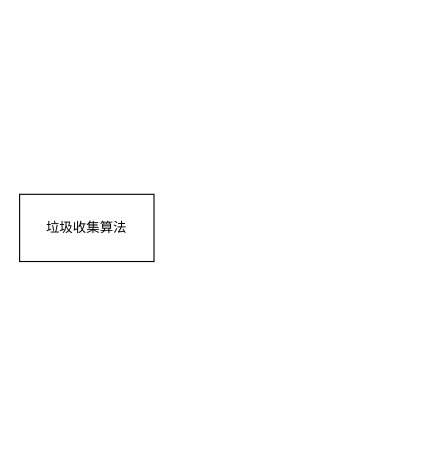
Leo-Lee-j/sketch keeps this draw.io diagram as learn/JVM垃圾收集算法.drawio. Above is the earlier version. Source tidied: cells renumbered, new cells numbered last; positions are measured from the earlier drawing's top-left corner, leaving out a move shared by most shapes. Both pictures are drawn from the tidied source at 112%, with x=0, y=0 at pixel (19, 194).
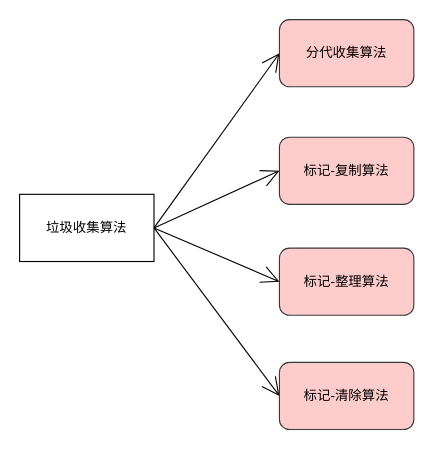
The same diagram, later.

Commit message (it also covers changes not shown here):
更新JVM垃圾收集算法.drawio

Change to the diagram source:
```diff
@@
 <mxGraphModel>
   <root>
     <mxCell id="0" />
     <mxCell id="1" parent="0" />
+    <mxCell id="3" style="edgeStyle=none;curved=1;rounded=0;jettySize=auto;html=1;exitX=1;exitY=0.5;exitDx=0;exitDy=0;entryX=0;entryY=0.5;entryDx=0;entryDy=0;endArrow=open;startSize=14;endSize=14;sourcePerimeterSpacing=8;targetPerimeterSpacing=8;" parent="1" edge="1" source="2" target="7">
+      <mxGeometry relative="1" as="geometry" />
+    </mxCell>
+    <mxCell id="4" style="edgeStyle=none;curved=1;rounded=0;jettySize=auto;html=1;exitX=1;exitY=0.5;exitDx=0;exitDy=0;entryX=0;entryY=0.5;entryDx=0;entryDy=0;endArrow=open;startSize=14;endSize=14;sourcePerimeterSpacing=8;targetPerimeterSpacing=8;" parent="1" edge="1" source="2" target="8">
+      <mxGeometry relative="1" as="geometry" />
+    </mxCell>
+    <mxCell id="5" style="edgeStyle=none;curved=1;rounded=0;jettySize=auto;html=1;exitX=1;exitY=0.5;exitDx=0;exitDy=0;entryX=0;entryY=0.5;entryDx=0;entryDy=0;endArrow=open;startSize=14;endSize=14;sourcePerimeterSpacing=8;targetPerimeterSpacing=8;" parent="1" edge="1" source="2" target="9">
+      <mxGeometry relative="1" as="geometry" />
+    </mxCell>
+    <mxCell id="6" style="edgeStyle=none;curved=1;rounded=0;jettySize=auto;html=1;exitX=1;exitY=0.5;exitDx=0;exitDy=0;entryX=0;entryY=0.5;entryDx=0;entryDy=0;endArrow=open;startSize=14;endSize=14;sourcePerimeterSpacing=8;targetPerimeterSpacing=8;" parent="1" edge="1" source="2" target="10">
+      <mxGeometry relative="1" as="geometry" />
+    </mxCell>
     <mxCell id="2" value="垃圾收集算法" style="rounded=0;whiteSpace=wrap;html=1;hachureGap=4;" parent="1" vertex="1">
       <mxGeometry width="120" height="60" as="geometry" />
     </mxCell>
+    <mxCell id="7" value="分代收集算法" style="rounded=1;whiteSpace=wrap;html=1;hachureGap=4;fillColor=#ffcccc;strokeColor=#36393d;" parent="1" vertex="1">
+      <mxGeometry x="232" y="-156" width="120" height="60" as="geometry" />
+    </mxCell>
+    <mxCell id="8" value="标记-复制算法" style="rounded=1;whiteSpace=wrap;html=1;hachureGap=4;fillColor=#ffcccc;strokeColor=#36393d;" parent="1" vertex="1">
+      <mxGeometry x="232" y="-51" width="120" height="60" as="geometry" />
+    </mxCell>
+    <mxCell id="9" value="标记-整理算法" style="rounded=1;whiteSpace=wrap;html=1;hachureGap=4;fillColor=#ffcccc;strokeColor=#36393d;" parent="1" vertex="1">
+      <mxGeometry x="232" y="48" width="120" height="60" as="geometry" />
+    </mxCell>
+    <mxCell id="10" value="标记-清除算法" style="rounded=1;whiteSpace=wrap;html=1;hachureGap=4;fillColor=#ffcccc;strokeColor=#36393d;" parent="1" vertex="1">
+      <mxGeometry x="232" y="150" width="120" height="60" as="geometry" />
+    </mxCell>
   </root>
 </mxGraphModel>
```
